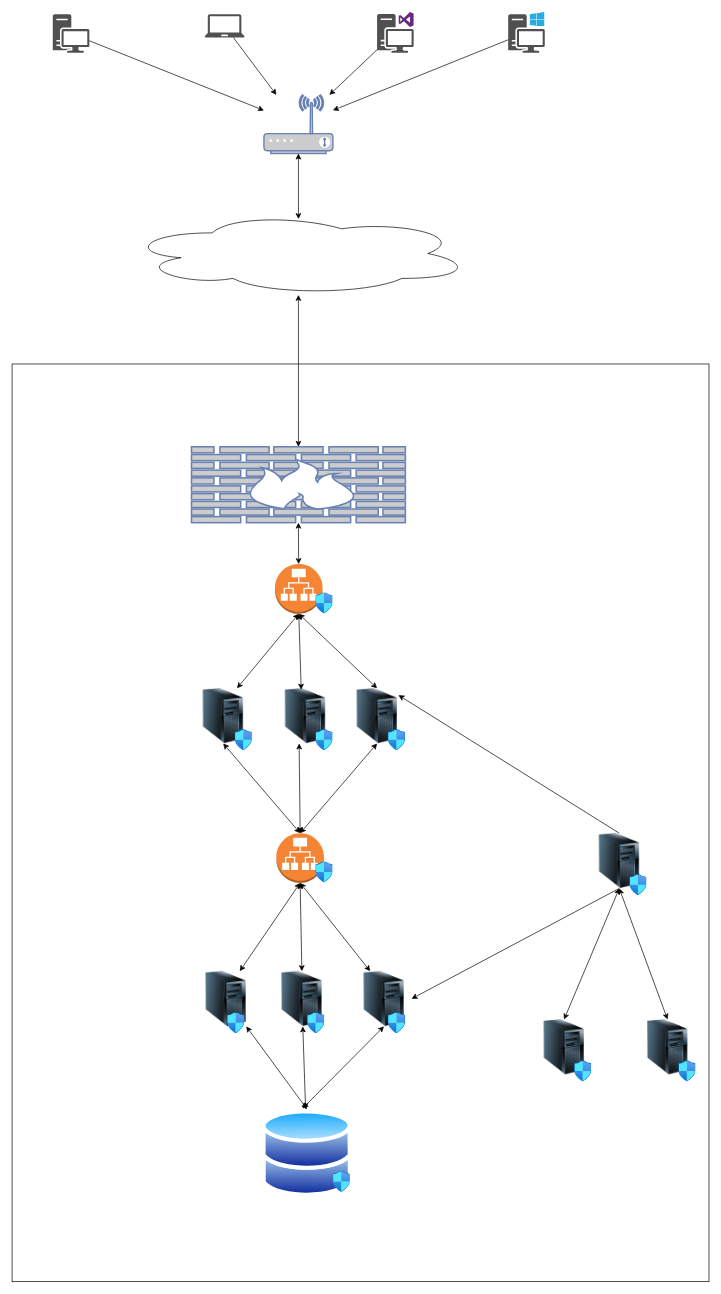
This is Untitled Diagram.drawio from poojamoulika06/diagrams, a draw.io file, before an edit. Source tidied: cells renumbered, new cells numbered last; positions are measured from the earlier drawing's top-left corner, leaving out a move shared by most shapes. Both pictures are drawn from the tidied source at 69%, with x=0, y=0 at pixel (12, 12).
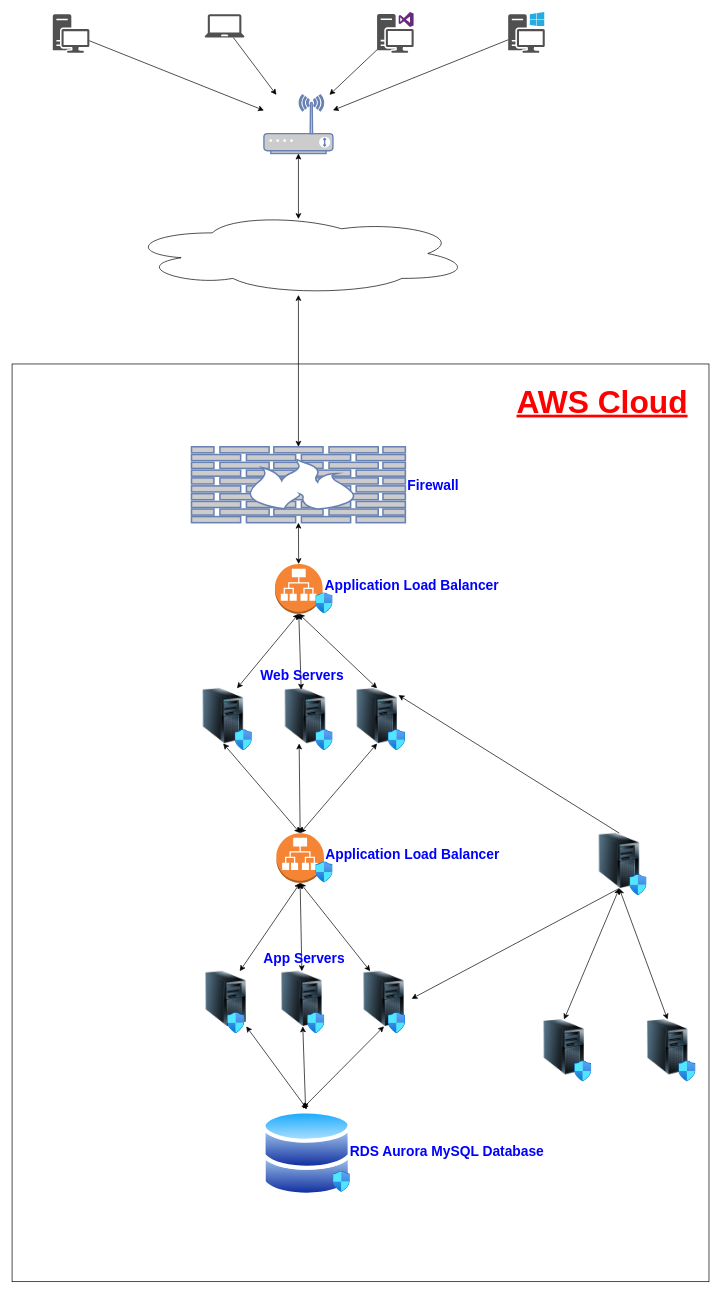
The same diagram, later.

The edit, as a diff of the source:
```diff
@@
+    <mxCell id="57" value="&lt;b&gt;&lt;font color=&quot;#ff0000&quot; style=&quot;font-size: 46px;&quot;&gt;&lt;u&gt;AWS Cloud&lt;/u&gt;&lt;/font&gt;&lt;/b&gt;" style="text;html=1;align=center;verticalAlign=middle;strokeColor=none;fillColor=none;" parent="1" vertex="1">
+      <mxGeometry x="720" y="530" width="270" height="70" as="geometry" />
+    </mxCell>
+    <mxCell id="58" value="&lt;b&gt;&lt;font color=&quot;#0000ff&quot; style=&quot;font-size: 20px;&quot;&gt;Firewall&lt;/font&gt;&lt;/b&gt;" style="text;html=1;align=center;verticalAlign=middle;strokeColor=none;fillColor=none;" parent="1" vertex="1">
+      <mxGeometry x="560" y="665" width="100" height="40" as="geometry" />
+    </mxCell>
+    <mxCell id="59" value="&lt;b&gt;&lt;font color=&quot;#0000ff&quot; style=&quot;font-size: 20px;&quot;&gt;Application Load Balancer&lt;br&gt;&lt;/font&gt;&lt;/b&gt;" style="text;html=1;align=center;verticalAlign=middle;strokeColor=none;fillColor=none;" parent="1" vertex="1">
+      <mxGeometry x="439" y="810" width="280" height="40" as="geometry" />
+    </mxCell>
+    <mxCell id="60" value="&lt;b style=&quot;border-color: var(--border-color);&quot;&gt;&lt;font style=&quot;border-color: var(--border-color); font-size: 20px;&quot; color=&quot;#0000ff&quot;&gt;Web Servers&lt;/font&gt;&lt;/b&gt;" style="text;html=1;align=center;verticalAlign=middle;strokeColor=none;fillColor=none;" parent="1" vertex="1">
+      <mxGeometry x="350" y="940" width="140" height="40" as="geometry" />
+    </mxCell>
+    <mxCell id="61" value="&lt;b&gt;&lt;font color=&quot;#0000ff&quot; style=&quot;font-size: 20px;&quot;&gt;Application Load Balancer&lt;br&gt;&lt;/font&gt;&lt;/b&gt;" style="text;html=1;align=center;verticalAlign=middle;strokeColor=none;fillColor=none;" parent="1" vertex="1">
+      <mxGeometry x="440" y="1200" width="280" height="40" as="geometry" />
+    </mxCell>
+    <mxCell id="62" value="&lt;b style=&quot;border-color: var(--border-color);&quot;&gt;&lt;font style=&quot;border-color: var(--border-color); font-size: 20px;&quot; color=&quot;#0000ff&quot;&gt;App Servers&lt;/font&gt;&lt;/b&gt;" style="text;html=1;align=center;verticalAlign=middle;strokeColor=none;fillColor=none;" parent="1" vertex="1">
+      <mxGeometry x="353" y="1350" width="140" height="40" as="geometry" />
+    </mxCell>
+    <mxCell id="63" value="&lt;b style=&quot;border-color: var(--border-color);&quot;&gt;&lt;font style=&quot;border-color: var(--border-color); font-size: 20px;&quot; color=&quot;#0000ff&quot;&gt;RDS Aurora MySQL Database&lt;br&gt;&lt;/font&gt;&lt;/b&gt;" style="text;html=1;align=center;verticalAlign=middle;strokeColor=none;fillColor=none;" parent="1" vertex="1">
+      <mxGeometry x="480" y="1630" width="300" height="40" as="geometry" />
+    </mxCell>
```
